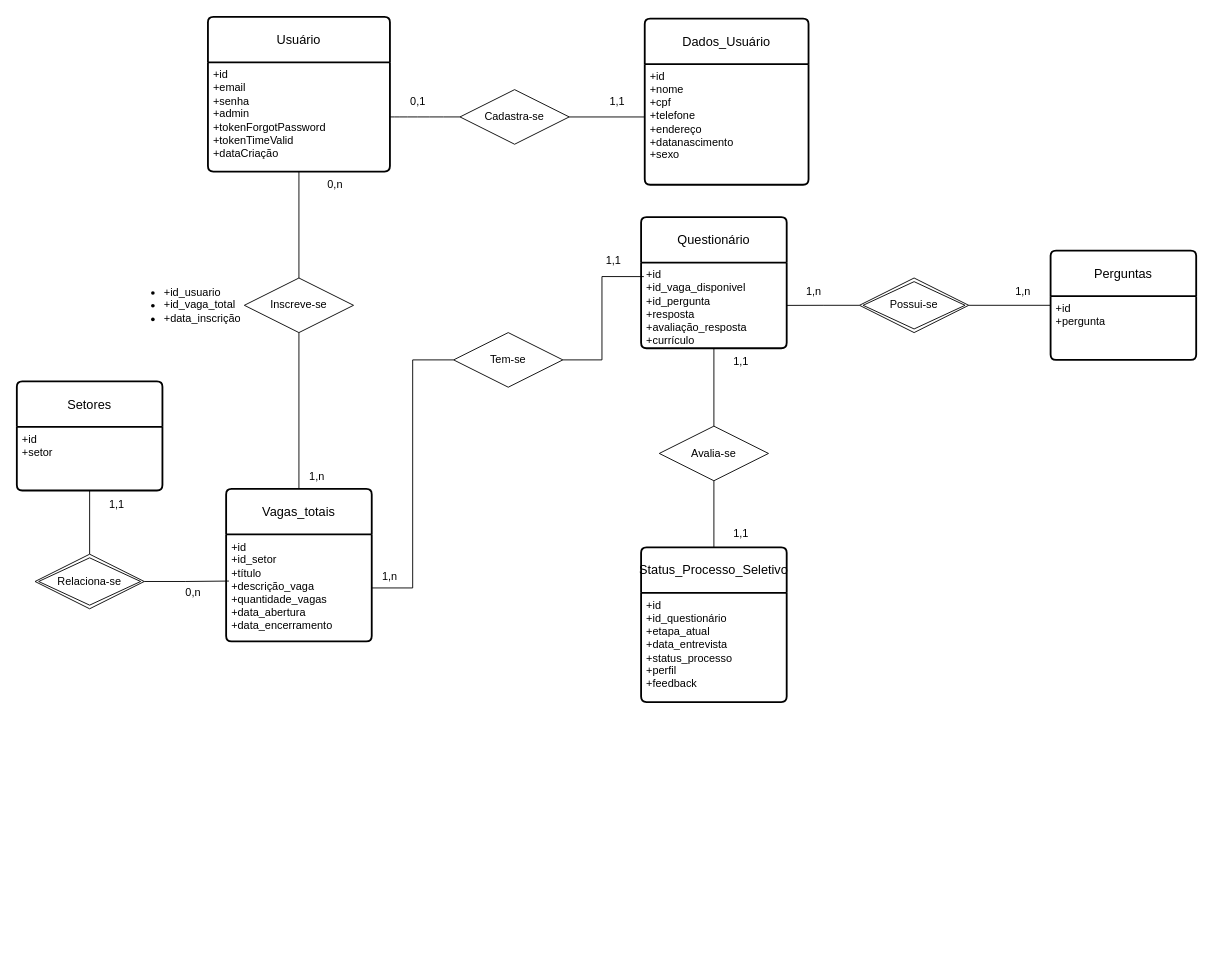
Before: Diagrama Modelo Relacional.drawio in ExtraProjects860/Project-Selection-Process-Control, a draw.io diagram. Source tidied: cells renumbered, new cells numbered last; positions are measured from the earlier drawing's top-left corner, leaving out a move shared by most shapes. Both pictures are drawn from the tidied source at 91%, with x=0, y=0 at pixel (16, 16).
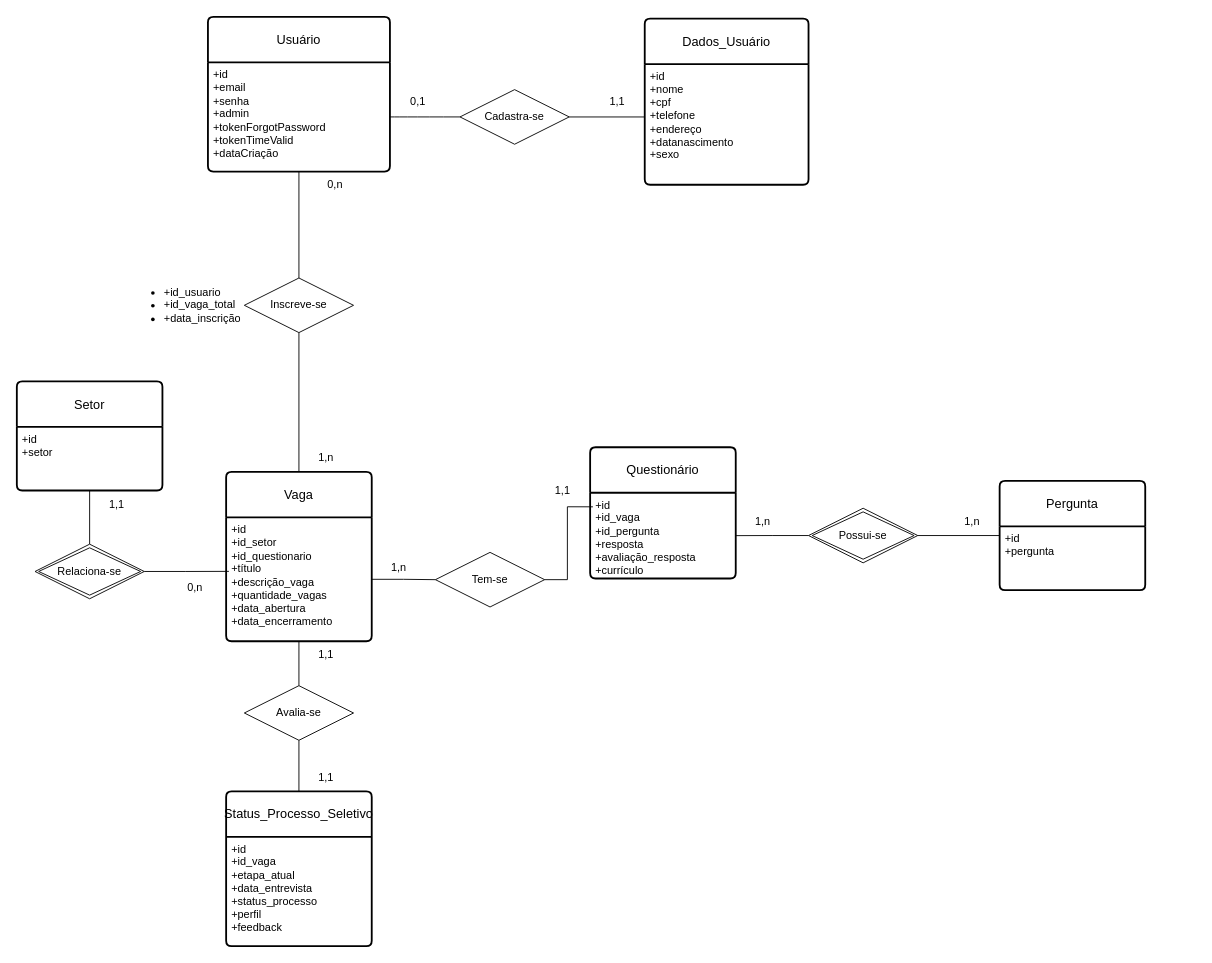
The same page after the edit.

Diff of the diagram source:
```diff
@@
-    <mxCell id="6" value="Setores" style="swimlane;horizontal=1;startSize=50;rounded=1;fontSize=14;fontStyle=0;strokeWidth=2;shadow=0;dashed=0;align=center;arcSize=4;whiteSpace=wrap;html=1;" parent="1" vertex="1">
+    <mxCell id="6" value="Setor" style="swimlane;horizontal=1;startSize=50;rounded=1;fontSize=14;fontStyle=0;strokeWidth=2;shadow=0;dashed=0;align=center;arcSize=4;whiteSpace=wrap;html=1;" parent="1" vertex="1">
       <mxGeometry y="400.5" width="160" height="120" as="geometry" />
     </mxCell>
@@
     <mxCell id="8" value="Status_Processo_Seletivo" style="swimlane;horizontal=1;startSize=50;rounded=1;fontSize=14;fontStyle=0;strokeWidth=2;shadow=0;dashed=0;align=center;arcSize=4;whiteSpace=wrap;html=1;" parent="1" vertex="1">
-      <mxGeometry x="686" y="583" width="160" height="170" as="geometry" />
+      <mxGeometry x="230" y="851.2" width="160" height="170" as="geometry" />
     </mxCell>
-    <mxCell id="9" value="+id&lt;div&gt;+id_questionário&lt;/div&gt;&lt;div&gt;+etapa_atual&lt;/div&gt;&lt;div&gt;&lt;span style=&quot;background-color: initial;&quot;&gt;+data_entrevista&lt;/span&gt;&lt;/div&gt;&lt;div&gt;&lt;span style=&quot;background-color: initial;&quot;&gt;+status_processo&lt;/span&gt;&lt;/div&gt;&lt;div&gt;+perfil&lt;/div&gt;&lt;div&gt;+feedback&lt;/div&gt;" style="align=left;strokeColor=none;fillColor=none;spacingLeft=4;fontSize=12;verticalAlign=top;html=1;" parent="8" vertex="1">
+    <mxCell id="9" value="+id&lt;div&gt;+id_vaga&lt;/div&gt;&lt;div&gt;+etapa_atual&lt;/div&gt;&lt;div&gt;&lt;span style=&quot;background-color: initial;&quot;&gt;+data_entrevista&lt;/span&gt;&lt;/div&gt;&lt;div&gt;&lt;span style=&quot;background-color: initial;&quot;&gt;+status_processo&lt;/span&gt;&lt;/div&gt;&lt;div&gt;+perfil&lt;/div&gt;&lt;div&gt;+feedback&lt;/div&gt;" style="align=left;strokeColor=none;fillColor=none;spacingLeft=4;fontSize=12;verticalAlign=top;html=1;" parent="8" vertex="1">
       <mxGeometry y="50" width="160" height="120" as="geometry" />
     </mxCell>
     <mxCell id="10" value="Questionário" style="swimlane;horizontal=1;startSize=50;rounded=1;fontSize=14;fontStyle=0;strokeWidth=2;shadow=0;dashed=0;align=center;arcSize=4;whiteSpace=wrap;html=1;" parent="1" vertex="1">
-      <mxGeometry x="686" y="220" width="160" height="144.2" as="geometry" />
+      <mxGeometry x="630" y="473" width="160" height="144.2" as="geometry" />
     </mxCell>
-    <mxCell id="11" value="+id&lt;div&gt;+id_vaga_disponivel&lt;br&gt;+id_pergunta&lt;/div&gt;&lt;div&gt;+resposta&lt;/div&gt;&lt;div&gt;+avaliação_resposta&lt;br&gt;&lt;div&gt;+currículo&lt;/div&gt;&lt;/div&gt;" style="align=left;strokeColor=none;fillColor=none;spacingLeft=4;fontSize=12;verticalAlign=top;html=1;" parent="10" vertex="1">
+    <mxCell id="11" value="+id&lt;div&gt;+id_vaga&lt;br&gt;+id_pergunta&lt;/div&gt;&lt;div&gt;+resposta&lt;/div&gt;&lt;div&gt;+avaliação_resposta&lt;br&gt;&lt;div&gt;+currículo&lt;/div&gt;&lt;/div&gt;" style="align=left;strokeColor=none;fillColor=none;spacingLeft=4;fontSize=12;verticalAlign=top;html=1;" parent="10" vertex="1">
       <mxGeometry y="50" width="160" height="94.2" as="geometry" />
     </mxCell>
@@
-    <mxCell id="13" value="Perguntas" style="swimlane;horizontal=1;startSize=50;rounded=1;fontSize=14;fontStyle=0;strokeWidth=2;shadow=0;dashed=0;align=center;arcSize=4;whiteSpace=wrap;html=1;" parent="1" vertex="1">
-      <mxGeometry x="1136" y="257" width="160" height="120" as="geometry" />
+    <mxCell id="13" value="Pergunta" style="swimlane;horizontal=1;startSize=50;rounded=1;fontSize=14;fontStyle=0;strokeWidth=2;shadow=0;dashed=0;align=center;arcSize=4;whiteSpace=wrap;html=1;" parent="1" vertex="1">
+      <mxGeometry x="1080" y="510" width="160" height="120" as="geometry" />
     </mxCell>
@@
     <mxCell id="16" value="Relaciona-se" style="shape=rhombus;double=1;perimeter=rhombusPerimeter;whiteSpace=wrap;html=1;align=center;" parent="1" vertex="1">
-      <mxGeometry x="20" y="590.5" width="120" height="60" as="geometry" />
+      <mxGeometry x="20" y="579.5" width="120" height="60" as="geometry" />
     </mxCell>
@@
     <mxCell id="18" value="Possui-se" style="shape=rhombus;double=1;perimeter=rhombusPerimeter;whiteSpace=wrap;html=1;align=center;" parent="1" vertex="1">
-      <mxGeometry x="926" y="287" width="120" height="60" as="geometry" />
+      <mxGeometry x="870" y="540" width="120" height="60" as="geometry" />
     </mxCell>
@@
     <mxCell id="25" value="Tem-se" style="shape=rhombus;perimeter=rhombusPerimeter;whiteSpace=wrap;html=1;align=center;" parent="1" vertex="1">
-      <mxGeometry x="480" y="347" width="120" height="60" as="geometry" />
+      <mxGeometry x="460" y="588.5" width="120" height="60" as="geometry" />
     </mxCell>
@@
     <mxCell id="28" value="Avalia-se" style="shape=rhombus;perimeter=rhombusPerimeter;whiteSpace=wrap;html=1;align=center;" parent="1" vertex="1">
-      <mxGeometry x="706" y="449.8" width="120" height="60" as="geometry" />
+      <mxGeometry x="250" y="735" width="120" height="60" as="geometry" />
     </mxCell>
-    <mxCell id="29" style="edgeStyle=orthogonalEdgeStyle;rounded=0;jettySize=auto;html=1;endArrow=none;endFill=0;" parent="1" edge="1" source="11" target="28">
-      <mxGeometry relative="1" as="geometry" />
-    </mxCell>
     <mxCell id="30" value="1,1" style="text;html=1;align=center;verticalAlign=middle;whiteSpace=wrap;rounded=0;" parent="1" vertex="1">
-      <mxGeometry x="626" y="253" width="60" height="30" as="geometry" />
+      <mxGeometry x="570" y="506" width="60" height="30" as="geometry" />
     </mxCell>
@@
     <mxCell id="32" value="1,1" style="text;html=1;align=center;verticalAlign=middle;whiteSpace=wrap;rounded=0;" parent="1" vertex="1">
-      <mxGeometry x="766" y="364.2" width="60" height="30" as="geometry" />
+      <mxGeometry x="310" y="686.2" width="60" height="30" as="geometry" />
     </mxCell>
     <mxCell id="33" value="1,1" style="text;html=1;align=center;verticalAlign=middle;whiteSpace=wrap;rounded=0;" parent="1" vertex="1">
-      <mxGeometry x="766" y="553" width="60" height="30" as="geometry" />
+      <mxGeometry x="310" y="821.2" width="60" height="30" as="geometry" />
     </mxCell>
     <mxCell id="34" value="1,n" style="text;html=1;align=center;verticalAlign=middle;whiteSpace=wrap;rounded=0;" parent="1" vertex="1">
-      <mxGeometry x="1076" y="287" width="60" height="30" as="geometry" />
+      <mxGeometry x="1020" y="540" width="60" height="30" as="geometry" />
     </mxCell>
     <mxCell id="35" value="1,n" style="text;html=1;align=center;verticalAlign=middle;whiteSpace=wrap;rounded=0;" parent="1" vertex="1">
-      <mxGeometry x="846" y="287" width="60" height="30" as="geometry" />
+      <mxGeometry x="790" y="540" width="60" height="30" as="geometry" />
     </mxCell>
@@
     <mxCell id="39" value="1,n" style="text;html=1;align=center;verticalAlign=middle;whiteSpace=wrap;rounded=0;" parent="1" vertex="1">
-      <mxGeometry x="300" y="490" width="60" height="30" as="geometry" />
+      <mxGeometry x="310" y="470" width="60" height="30" as="geometry" />
     </mxCell>
-    <mxCell id="40" value="Vagas_totais" style="swimlane;horizontal=1;startSize=50;rounded=1;fontSize=14;fontStyle=0;strokeWidth=2;shadow=0;dashed=0;align=center;arcSize=4;whiteSpace=wrap;html=1;" parent="1" vertex="1">
-      <mxGeometry x="230" y="518.8" width="160" height="167.5" as="geometry" />
+    <mxCell id="40" value="Vaga" style="swimlane;horizontal=1;startSize=50;rounded=1;fontSize=14;fontStyle=0;strokeWidth=2;shadow=0;dashed=0;align=center;arcSize=4;whiteSpace=wrap;html=1;" parent="1" vertex="1">
+      <mxGeometry x="230" y="500" width="160" height="186.2" as="geometry" />
     </mxCell>
-    <mxCell id="41" value="&lt;div&gt;+id&lt;/div&gt;&lt;div&gt;+id_setor&lt;/div&gt;&lt;div&gt;+título&lt;/div&gt;&lt;div&gt;+descrição_vaga&lt;/div&gt;&lt;div&gt;+quantidade_vagas&lt;/div&gt;&lt;div&gt;+data_abertura&lt;/div&gt;&lt;div&gt;+data_encerramento&lt;/div&gt;" style="align=left;strokeColor=none;fillColor=none;spacingLeft=4;fontSize=12;verticalAlign=top;html=1;" parent="40" vertex="1">
-      <mxGeometry y="50" width="160" height="117.5" as="geometry" />
+    <mxCell id="41" value="&lt;div&gt;+id&lt;/div&gt;&lt;div&gt;+id_setor&lt;/div&gt;&lt;div&gt;+id_questionario&lt;br&gt;&lt;/div&gt;&lt;div&gt;+título&lt;/div&gt;&lt;div&gt;+descrição_vaga&lt;/div&gt;&lt;div&gt;+quantidade_vagas&lt;/div&gt;&lt;div&gt;+data_abertura&lt;/div&gt;&lt;div&gt;+data_encerramento&lt;/div&gt;" style="align=left;strokeColor=none;fillColor=none;spacingLeft=4;fontSize=12;verticalAlign=top;html=1;" parent="40" vertex="1">
+      <mxGeometry y="50" width="160" height="136.2" as="geometry" />
     </mxCell>
@@
     <mxCell id="43" value="0,n" style="text;html=1;align=center;verticalAlign=middle;whiteSpace=wrap;rounded=0;" parent="1" vertex="1">
-      <mxGeometry x="164" y="617.5" width="60" height="30" as="geometry" />
+      <mxGeometry x="166" y="611.5" width="60" height="30" as="geometry" />
     </mxCell>
     <mxCell id="44" value="1,n" style="text;html=1;align=center;verticalAlign=middle;whiteSpace=wrap;rounded=0;" parent="1" vertex="1">
-      <mxGeometry x="380" y="600" width="60" height="30" as="geometry" />
+      <mxGeometry x="390" y="590.5" width="60" height="30" as="geometry" />
     </mxCell>
@@
+    <mxCell id="47" style="edgeStyle=orthogonalEdgeStyle;rounded=0;jettySize=auto;html=1;endArrow=none;endFill=0;" parent="1" edge="1" source="41" target="28">
+      <mxGeometry relative="1" as="geometry" />
+    </mxCell>
```
